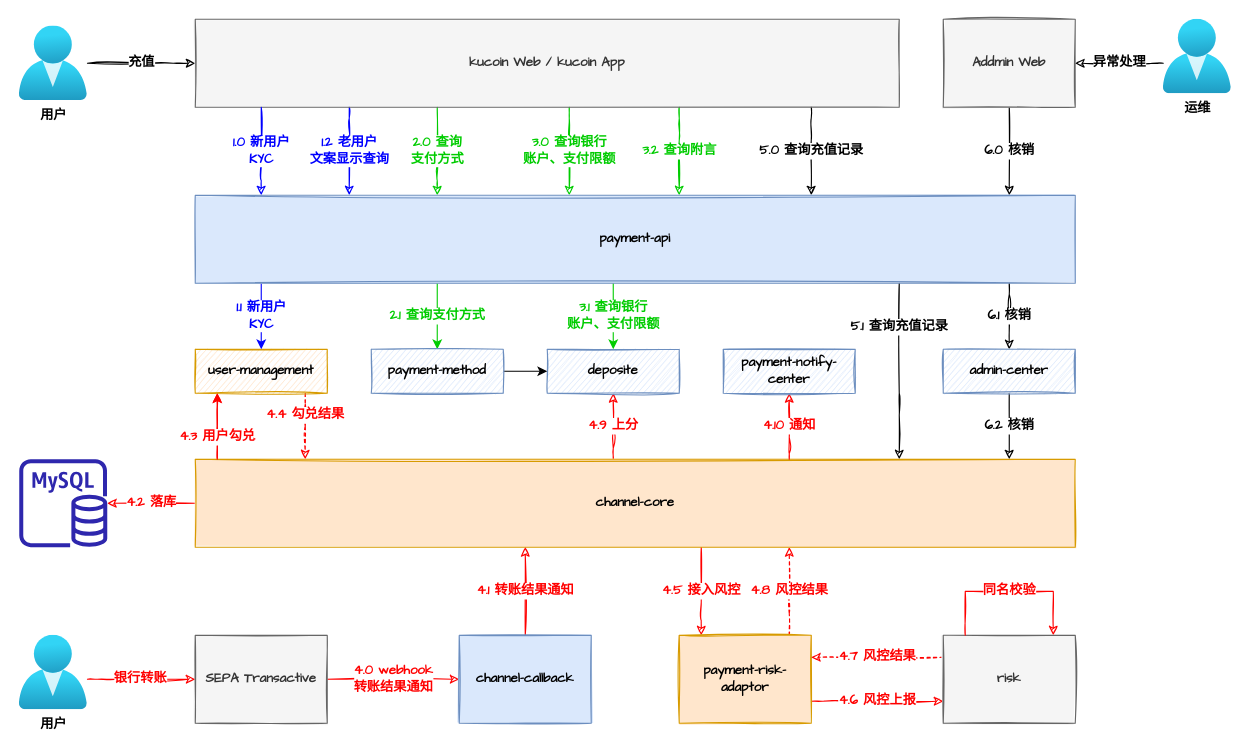
Before: page "系统交互图" (2 of 5) of 库珀架构.drawio in JudeSheng/design, a draw.io diagram. Source tidied: cells renumbered, new cells numbered last; positions are measured from the earlier drawing's top-left corner, leaving out a move shared by most shapes. Both pictures are drawn from the tidied source at 110%, with x=0, y=0 at pixel (19, 19).
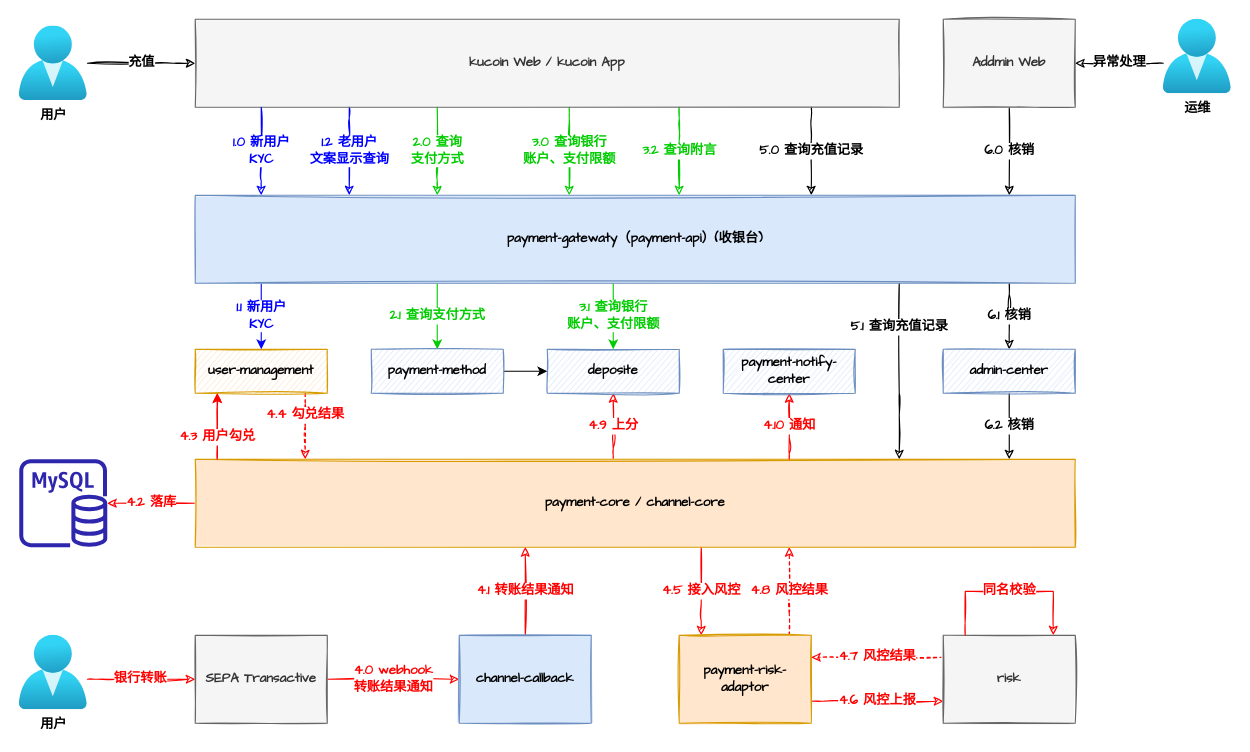
After the change.

What changed in the source:
```diff
@@
-    <mxCell id="6" value="channel-core" style="whiteSpace=wrap;html=1;fontStyle=1;fontSize=12;fillColor=#ffe6cc;strokeColor=#d79b00;shadow=0;fontFamily=Comic Sans MS;sketch=1;fillStyle=solid;" parent="1" vertex="1">
+    <mxCell id="6" value="payment-core / channel-core" style="whiteSpace=wrap;html=1;fontStyle=1;fontSize=12;fillColor=#ffe6cc;strokeColor=#d79b00;shadow=0;fontFamily=Comic Sans MS;sketch=1;fillStyle=solid;" parent="1" vertex="1">
       <mxGeometry x="160" y="400" width="800" height="80" as="geometry" />
     </mxCell>
@@
-    <mxCell id="31" value="payment-api" style="whiteSpace=wrap;html=1;fontStyle=1;fontSize=12;fillColor=#dae8fc;strokeColor=#6c8ebf;shadow=0;fontFamily=Comic Sans MS;sketch=1;fillStyle=solid;" parent="1" vertex="1">
+    <mxCell id="31" value="payment-gatewaty（payment-api）(收银台)" style="whiteSpace=wrap;html=1;fontStyle=1;fontSize=12;fillColor=#dae8fc;strokeColor=#6c8ebf;shadow=0;fontFamily=Comic Sans MS;sketch=1;fillStyle=solid;" parent="1" vertex="1">
       <mxGeometry x="160" y="160" width="800" height="80" as="geometry" />
     </mxCell>
```
